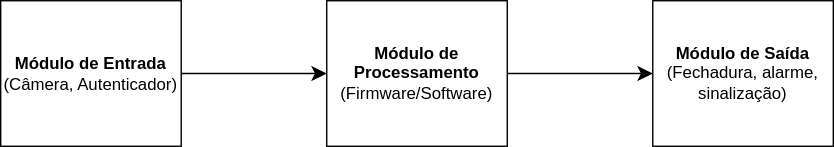
Above: projetos/sistema-controle-de-acesso/images/diagrama1.drawio.svg in teaching-FEEC/ea075-2024.1 (draw.io), before the change. Source tidied: cells renumbered, new cells last; positions are measured from the earlier drawing's top-left corner, leaving out a move shared by most shapes.
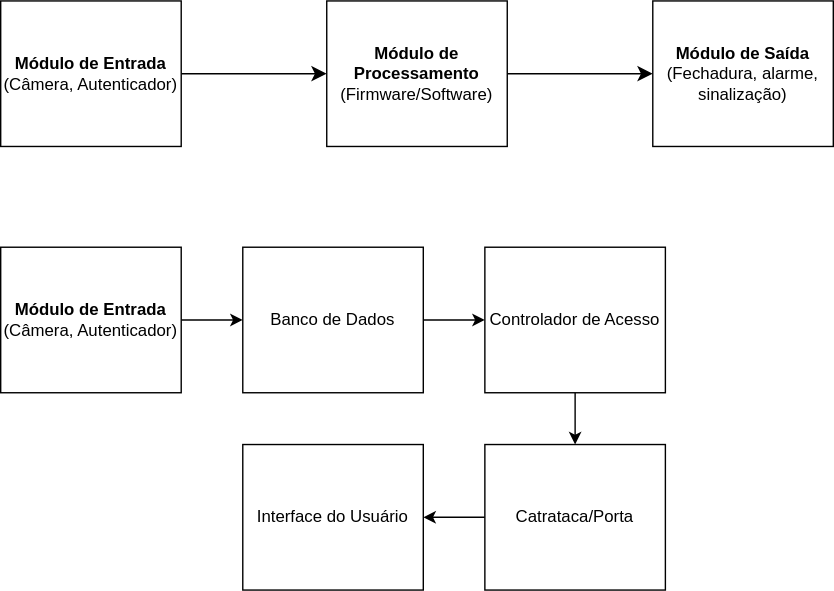
After the commit.

The edit, as a diff of the source:
```diff
@@ -17,5 +17,32 @@
     <mxCell id="6" value="&lt;div&gt;&lt;b&gt;Módulo de Saída&lt;br&gt;&lt;/b&gt;&lt;/div&gt;&lt;div&gt;(Fechadura, alarme, sinalização)&lt;/div&gt;" style="rounded=0;whiteSpace=wrap;html=1;" parent="1" vertex="1">
       <mxGeometry x="466" width="129" height="104" as="geometry" />
     </mxCell>
+    <mxCell id="7" style="edgeStyle=orthogonalEdgeStyle;rounded=0;jettySize=auto;html=1;" parent="1" edge="1" source="8" target="12">
+      <mxGeometry relative="1" as="geometry" />
+    </mxCell>
+    <mxCell id="8" value="&lt;div&gt;Banco de Dados&lt;/div&gt;" style="rounded=0;whiteSpace=wrap;html=1;" parent="1" vertex="1">
+      <mxGeometry x="173" y="176" width="129" height="104" as="geometry" />
+    </mxCell>
+    <mxCell id="9" style="edgeStyle=orthogonalEdgeStyle;rounded=0;jettySize=auto;html=1;" parent="1" edge="1" source="10" target="8">
+      <mxGeometry relative="1" as="geometry" />
+    </mxCell>
+    <mxCell id="10" value="&lt;div&gt;&lt;b&gt;Módulo de Entrada&lt;br&gt;&lt;/b&gt;&lt;/div&gt;&lt;div&gt;(Câmera, Autenticador)&lt;/div&gt;" style="rounded=0;whiteSpace=wrap;html=1;" parent="1" vertex="1">
+      <mxGeometry y="176" width="129" height="104" as="geometry" />
+    </mxCell>
+    <mxCell id="11" style="edgeStyle=orthogonalEdgeStyle;rounded=0;jettySize=auto;html=1;" parent="1" edge="1" source="12" target="14">
+      <mxGeometry relative="1" as="geometry" />
+    </mxCell>
+    <mxCell id="12" value="&lt;div&gt;Controlador de Acesso&lt;/div&gt;" style="rounded=0;whiteSpace=wrap;html=1;" parent="1" vertex="1">
+      <mxGeometry x="346" y="176" width="129" height="104" as="geometry" />
+    </mxCell>
+    <mxCell id="13" style="edgeStyle=orthogonalEdgeStyle;rounded=0;jettySize=auto;html=1;" parent="1" edge="1" source="14" target="15">
+      <mxGeometry relative="1" as="geometry" />
+    </mxCell>
+    <mxCell id="14" value="&lt;div&gt;Catrataca/Porta&lt;/div&gt;" style="rounded=0;whiteSpace=wrap;html=1;" parent="1" vertex="1">
+      <mxGeometry x="346" y="317" width="129" height="104" as="geometry" />
+    </mxCell>
+    <mxCell id="15" value="&lt;div&gt;Interface do Usuário&lt;/div&gt;" style="rounded=0;whiteSpace=wrap;html=1;" parent="1" vertex="1">
+      <mxGeometry x="173" y="317" width="129" height="104" as="geometry" />
+    </mxCell>
   </root>
 </mxGraphModel>
```
